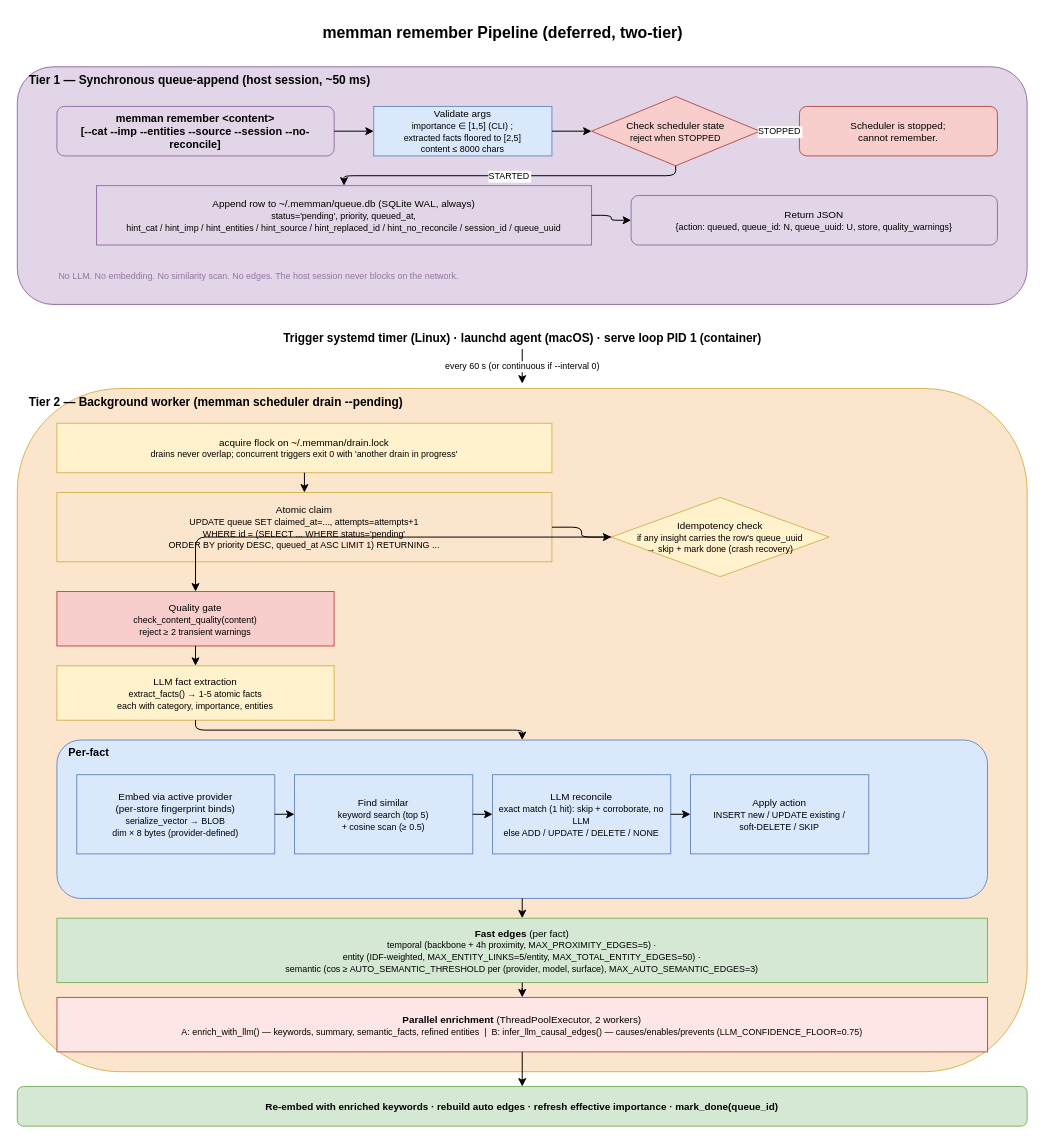
bissli/memman keeps this draw.io diagram as docs/diagrams/02-remember-pipeline.drawio. Above is the earlier version. Source tidied: cells renumbered, new cells numbered last; positions are measured from the earlier drawing's top-left corner, leaving out a move shared by most shapes. Both pictures are drawn from the tidied source at 99%, with x=0, y=0 at pixel (17, 17).
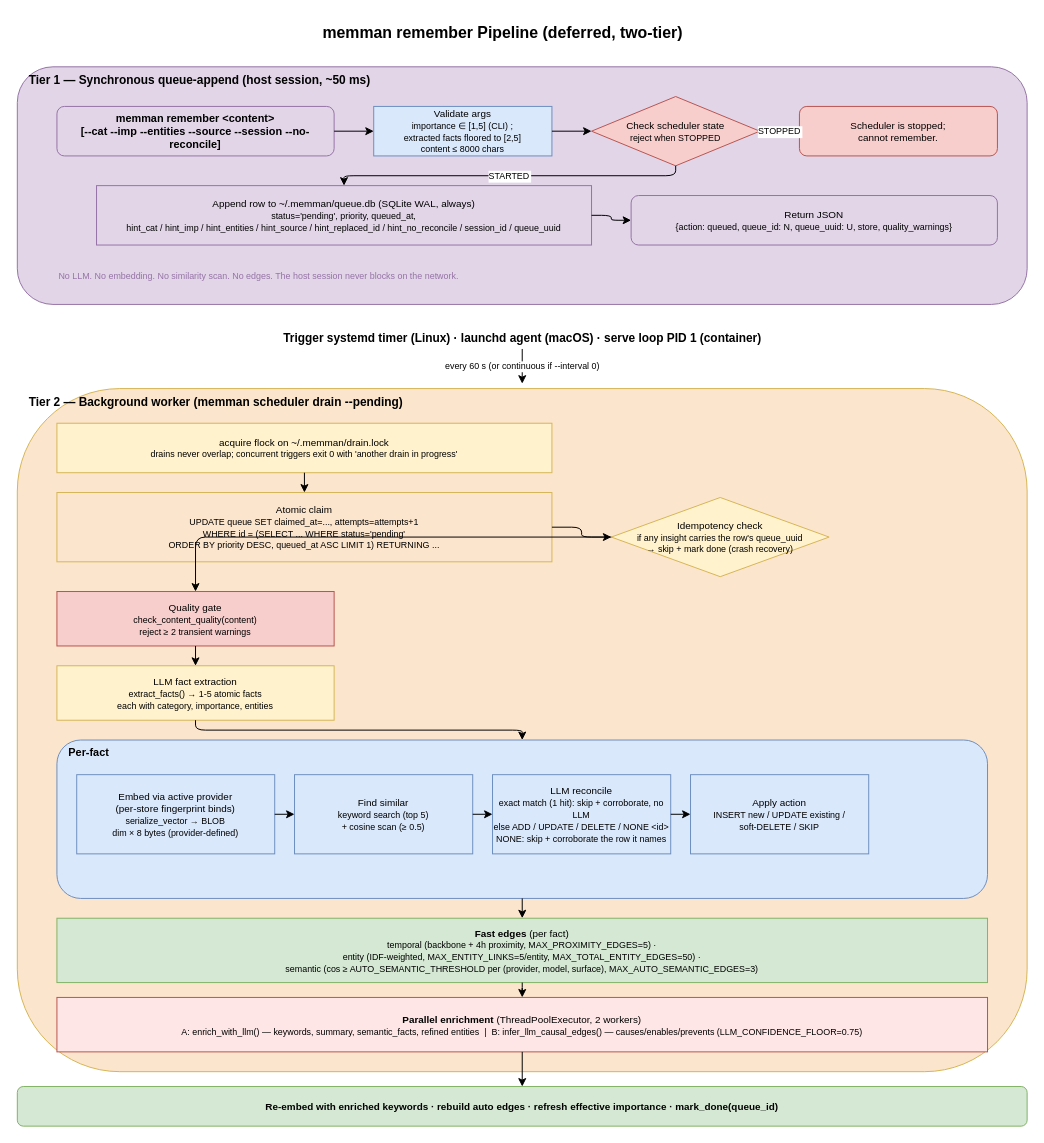
Above is the later version.

Diff of the diagram source:
```diff
@@
-    <mxCell id="27" value="LLM reconcile&lt;br&gt;&lt;font style=&quot;font-size:9px&quot;&gt;exact match (1 hit): skip + corroborate, no LLM&lt;br&gt;else ADD / UPDATE / DELETE / NONE&lt;/font&gt;" style="rounded=0;whiteSpace=wrap;html=1;fillColor=#dae8fc;strokeColor=#6c8ebf;fontSize=10;" parent="1" vertex="1">
+    <mxCell id="27" value="LLM reconcile&lt;br&gt;&lt;font style=&quot;font-size:9px&quot;&gt;exact match (1 hit): skip + corroborate, no LLM&lt;br&gt;else ADD / UPDATE / DELETE / NONE &amp;lt;id&amp;gt;&lt;br&gt;NONE: skip + corroborate the row it names&lt;/font&gt;" style="rounded=0;whiteSpace=wrap;html=1;fillColor=#dae8fc;strokeColor=#6c8ebf;fontSize=10;" parent="1" vertex="1">
       <mxGeometry x="480" y="765" width="180" height="80" as="geometry" />
     </mxCell>
```
